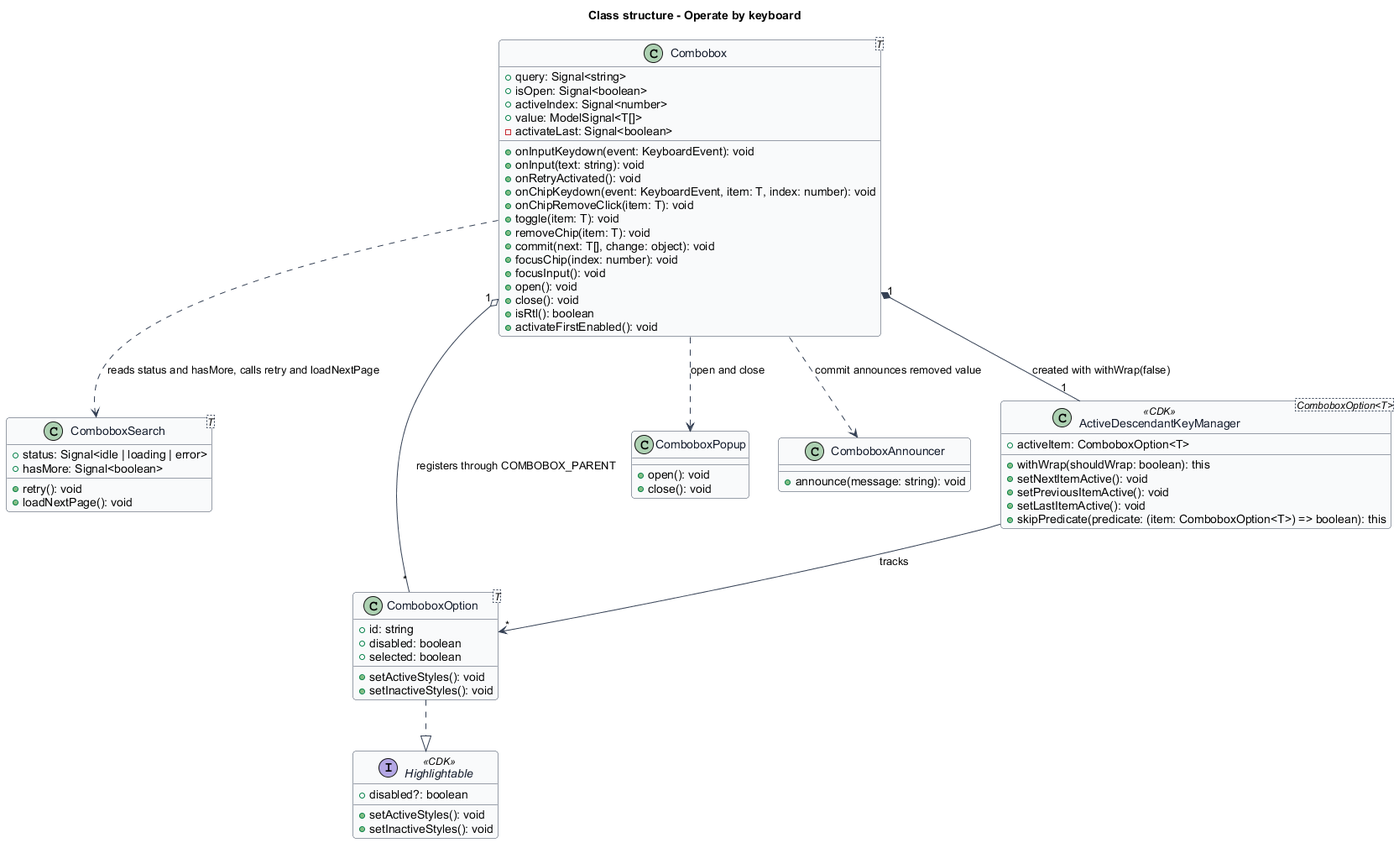
The PlantUML diagram docs/detailed-designs/combobox/operate-by-keyboard/diagrams/class-structure.png in QuinntyneBrown/Tessera, before a commit.
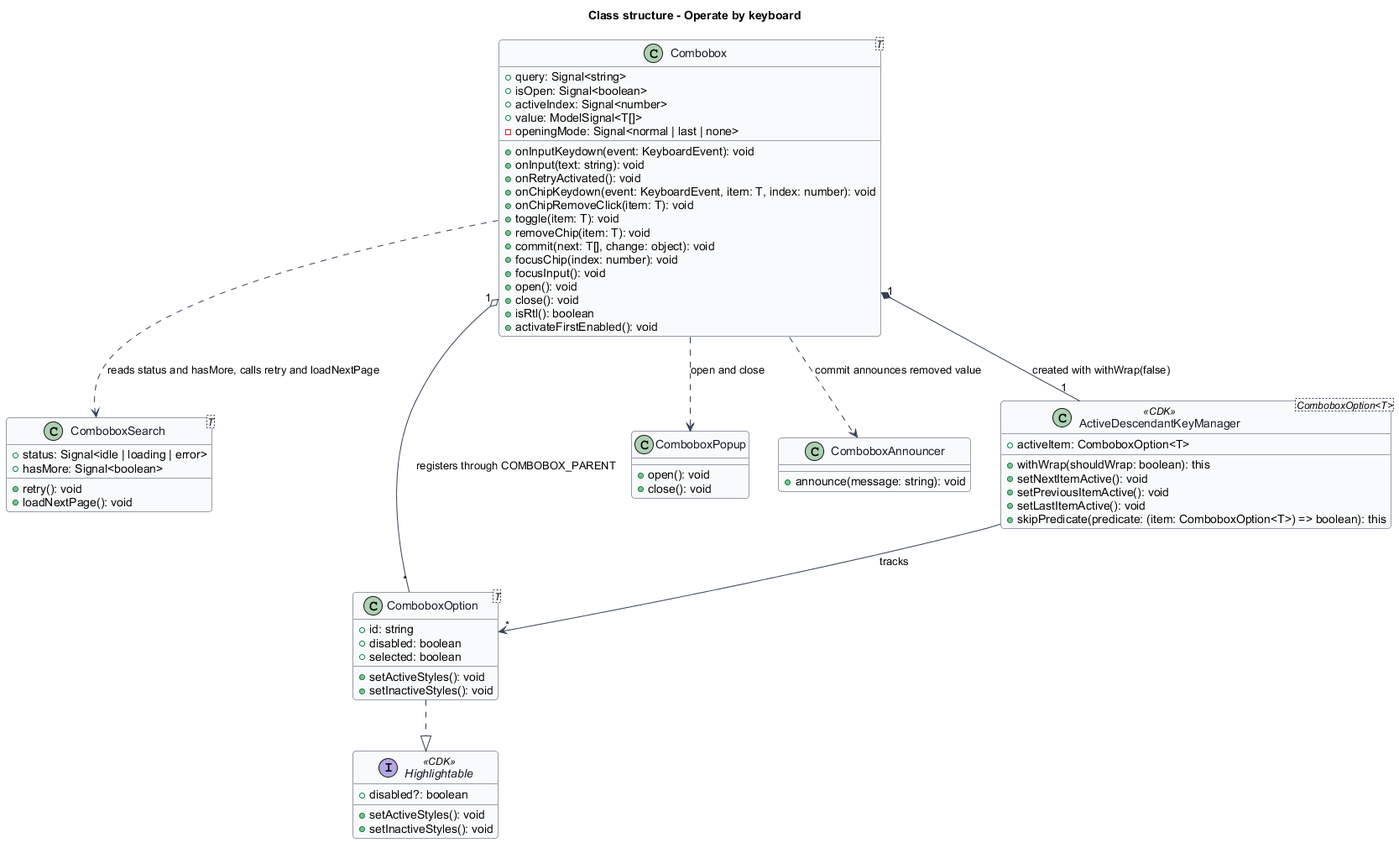
The same file after the commit.

Change to the diagram source:
```diff
@@ -16,7 +16,7 @@
   +isOpen: Signal<boolean>
   +activeIndex: Signal<number>
   +value: ModelSignal<T[]>
-  -activateLast: Signal<boolean>
+  -openingMode: Signal<normal | last | none>
   +onInputKeydown(event: KeyboardEvent): void
   +onInput(text: string): void
   +onRetryActivated(): void
```
